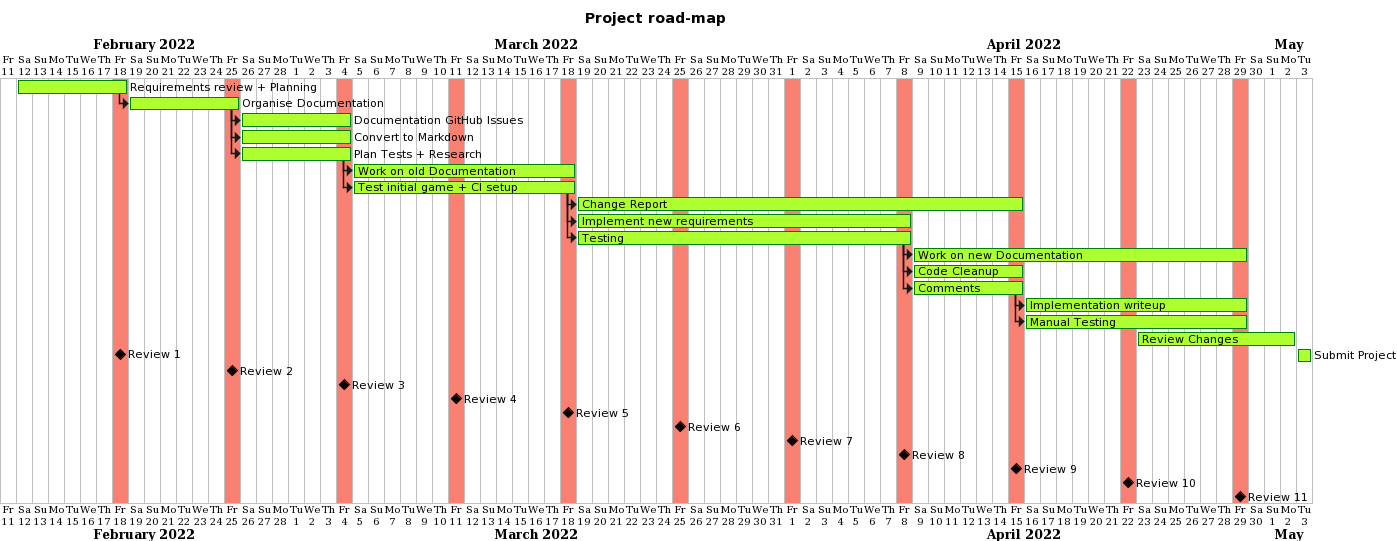
The PlantUML diagram markdowns/road-map2-Review11.png in engteam14/website2, before a commit.
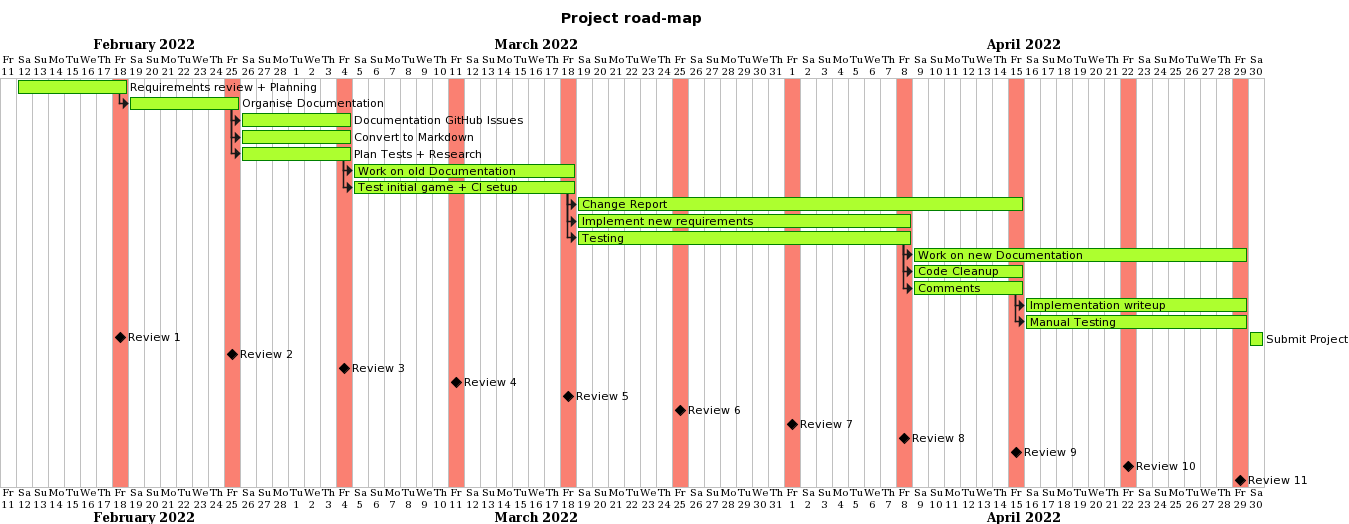
After the commit.

The edit, as a diff of the source:
```diff
@@ -46,10 +46,8 @@
 [Implementation writeup] ends 2022-04-29
 [Manual Testing] starts 2022-04-16
 [Manual Testing] ends 2022-04-29
-[Review Changes] starts 2022-04-23
-[Review Changes] ends 2022-05-02
-[Submit Project] starts 2022-05-03
-[Submit Project] ends 2022-05-03
+[Submit Project] starts 2022-04-30
+[Submit Project] ends 2022-04-30
 
 2022-02-18 is coloured in salmon
 [Review 1] happens on 2022-02-18
@@ -110,5 +108,5 @@
 [Manual Testing] is 100% complete
 [Implementation writeup] is 100% complete
 [Submit Project] is 100% complete
-[Review Changes] is 1000% complete
+
 @endgantt
```
